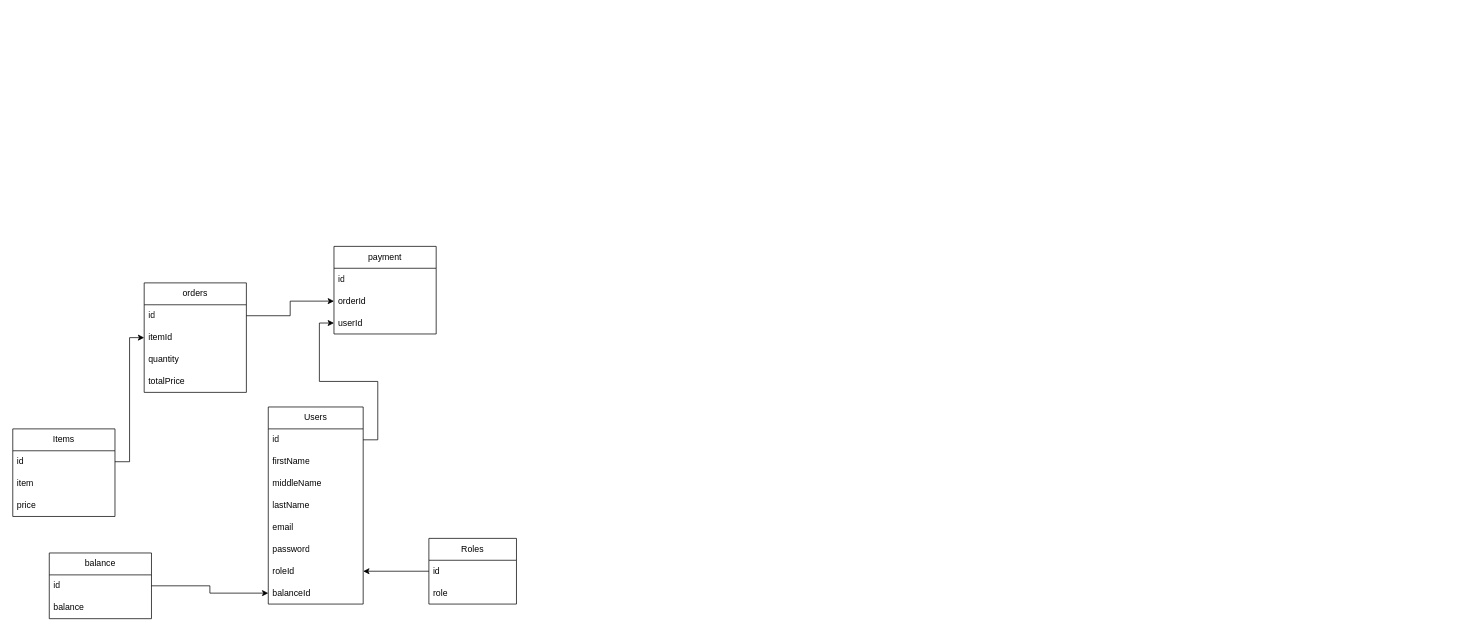
Earlier version of the draw.io diagram Untitled Diagram.drawio (rvldodo/stripe-api). Source tidied: cells renumbered, new cells numbered last; positions are measured from the earlier drawing's top-left corner, leaving out a move shared by most shapes. Both pictures are drawn from the tidied source at 73%, with x=0, y=0 at pixel (12, 246).
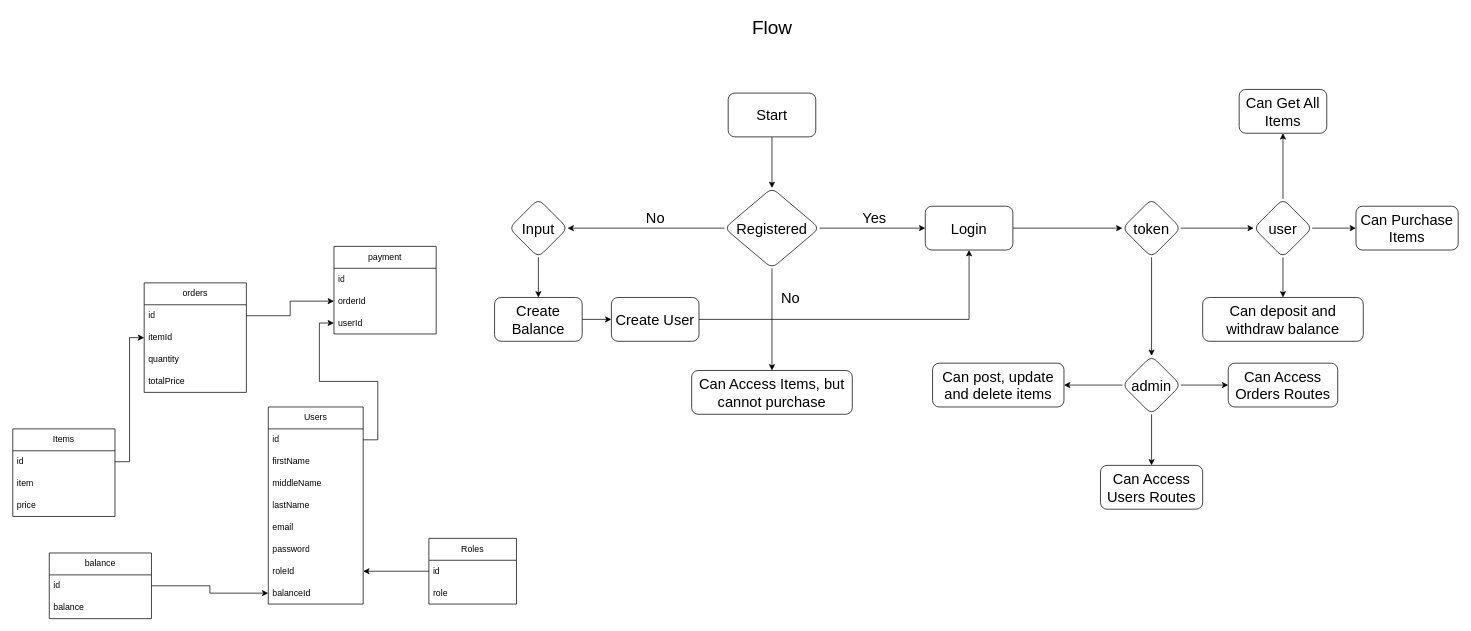
After the change.

Unchanged cells that the change refers to:
```xml
<mxCell id="12" value="Roles" style="swimlane;fontStyle=0;horizontal=1;startSize=30;whiteSpace=wrap;html=1;" parent="1" vertex="1">
  <mxGeometry x="570" y="400" width="120" height="90" as="geometry" />
</mxCell>
<mxCell id="13" value="id" style="text;strokeColor=none;fillColor=none;align=left;verticalAlign=middle;spacingLeft=4;spacingRight=4;overflow=hidden;points=[[0,0.5],[1,0.5]];portConstraint=eastwest;whiteSpace=wrap;html=1;" parent="12" vertex="1">
  <mxGeometry y="30" width="120" height="30" as="geometry" />
</mxCell>
```

What changed in the source:
```diff
@@
-    <mxCell id="15" style="edgeStyle=orthogonalEdgeStyle;rounded=0;orthogonalLoop=1;jettySize=auto;html=1;exitX=1;exitY=0.5;exitDx=0;exitDy=0;" parent="12" edge="1" source="13" target="13">
-      <mxGeometry relative="1" as="geometry" />
+    <mxCell id="15" style="edgeStyle=orthogonalEdgeStyle;rounded=0;orthogonalLoop=1;jettySize=auto;html=1;exitX=1;exitY=0.5;exitDx=0;exitDy=0;" parent="12" edge="1">
+      <mxGeometry relative="1" as="geometry">
+        <mxPoint x="130" y="-315" as="sourcePoint" />
+        <mxPoint x="130" y="-315" as="targetPoint" />
+      </mxGeometry>
     </mxCell>
@@
+    <mxCell id="36" value="&lt;font style=&quot;font-size: 26px;&quot;&gt;Flow&lt;/font&gt;" style="text;html=1;align=center;verticalAlign=middle;strokeColor=none;fillColor=none;strokeWidth=1;" parent="1" vertex="1">
+      <mxGeometry x="1000" y="-320" width="80" height="40" as="geometry" />
+    </mxCell>
+    <mxCell id="37" style="edgeStyle=orthogonalEdgeStyle;rounded=0;jettySize=auto;html=1;" parent="1" edge="1" source="38" target="42">
+      <mxGeometry relative="1" as="geometry" />
+    </mxCell>
+    <mxCell id="38" value="&lt;font style=&quot;font-size: 20px;&quot;&gt;Start&lt;/font&gt;" style="rounded=1;whiteSpace=wrap;html=1;" parent="1" vertex="1">
+      <mxGeometry x="980" y="-210" width="120" height="60" as="geometry" />
+    </mxCell>
+    <mxCell id="39" style="edgeStyle=orthogonalEdgeStyle;rounded=0;jettySize=auto;html=1;" parent="1" edge="1" source="42" target="44">
+      <mxGeometry relative="1" as="geometry" />
+    </mxCell>
+    <mxCell id="40" style="edgeStyle=orthogonalEdgeStyle;rounded=0;jettySize=auto;html=1;" parent="1" edge="1" source="42" target="46">
+      <mxGeometry relative="1" as="geometry" />
+    </mxCell>
+    <mxCell id="41" style="edgeStyle=orthogonalEdgeStyle;rounded=0;jettySize=auto;html=1;" parent="1" edge="1" source="42" target="53">
+      <mxGeometry relative="1" as="geometry" />
+    </mxCell>
+    <mxCell id="42" value="&lt;font style=&quot;font-size: 20px;&quot;&gt;Registered&lt;/font&gt;" style="rhombus;whiteSpace=wrap;html=1;rounded=1;" parent="1" vertex="1">
+      <mxGeometry x="975" y="-80" width="130" height="110" as="geometry" />
+    </mxCell>
+    <mxCell id="43" style="edgeStyle=orthogonalEdgeStyle;rounded=0;jettySize=auto;html=1;exitX=0.5;exitY=1;exitDx=0;exitDy=0;entryX=0.5;entryY=0;entryDx=0;entryDy=0;" parent="1" edge="1" source="44" target="50">
+      <mxGeometry relative="1" as="geometry" />
+    </mxCell>
+    <mxCell id="44" value="&lt;font style=&quot;font-size: 20px;&quot;&gt;Input&lt;/font&gt;" style="rhombus;whiteSpace=wrap;html=1;rounded=1;" parent="1" vertex="1">
+      <mxGeometry x="680" y="-65" width="80" height="80" as="geometry" />
+    </mxCell>
+    <mxCell id="45" style="edgeStyle=orthogonalEdgeStyle;rounded=0;jettySize=auto;html=1;" parent="1" edge="1" source="46" target="56">
+      <mxGeometry relative="1" as="geometry" />
+    </mxCell>
+    <mxCell id="46" value="&lt;font style=&quot;font-size: 20px;&quot;&gt;Login&lt;/font&gt;" style="whiteSpace=wrap;html=1;rounded=1;" parent="1" vertex="1">
+      <mxGeometry x="1250" y="-55" width="120" height="60" as="geometry" />
+    </mxCell>
+    <mxCell id="47" value="&lt;font style=&quot;font-size: 20px;&quot;&gt;Yes&lt;/font&gt;" style="text;html=1;align=center;verticalAlign=middle;strokeColor=none;fillColor=none;" parent="1" vertex="1">
+      <mxGeometry x="1150" y="-60" width="60" height="40" as="geometry" />
+    </mxCell>
+    <mxCell id="48" value="&lt;font style=&quot;font-size: 20px;&quot;&gt;No&lt;/font&gt;" style="text;html=1;align=center;verticalAlign=middle;strokeColor=none;fillColor=none;" parent="1" vertex="1">
+      <mxGeometry x="855" y="-60" width="50" height="40" as="geometry" />
+    </mxCell>
+    <mxCell id="49" style="edgeStyle=orthogonalEdgeStyle;rounded=0;jettySize=auto;html=1;" parent="1" edge="1" source="50" target="52">
+      <mxGeometry relative="1" as="geometry" />
+    </mxCell>
+    <mxCell id="50" value="&lt;font style=&quot;font-size: 20px;&quot;&gt;Create Balance&lt;/font&gt;" style="whiteSpace=wrap;html=1;rounded=1;" parent="1" vertex="1">
+      <mxGeometry x="660" y="70" width="120" height="60" as="geometry" />
+    </mxCell>
+    <mxCell id="51" style="edgeStyle=orthogonalEdgeStyle;rounded=0;jettySize=auto;html=1;exitX=1;exitY=0.5;exitDx=0;exitDy=0;entryX=0.5;entryY=1;entryDx=0;entryDy=0;" parent="1" edge="1" source="52" target="46">
+      <mxGeometry relative="1" as="geometry" />
+    </mxCell>
+    <mxCell id="52" value="&lt;font style=&quot;font-size: 20px;&quot;&gt;Create User&lt;/font&gt;" style="whiteSpace=wrap;html=1;rounded=1;" parent="1" vertex="1">
+      <mxGeometry x="820" y="70" width="120" height="60" as="geometry" />
+    </mxCell>
+    <mxCell id="53" value="&lt;font style=&quot;font-size: 20px;&quot;&gt;Can Access Items, but cannot purchase&lt;br&gt;&lt;/font&gt;" style="whiteSpace=wrap;html=1;rounded=1;" parent="1" vertex="1">
+      <mxGeometry x="930" y="170" width="220" height="60" as="geometry" />
+    </mxCell>
+    <mxCell id="54" style="edgeStyle=orthogonalEdgeStyle;rounded=0;jettySize=auto;html=1;" parent="1" edge="1" source="56" target="60">
+      <mxGeometry relative="1" as="geometry" />
+    </mxCell>
+    <mxCell id="55" style="edgeStyle=orthogonalEdgeStyle;rounded=0;jettySize=auto;html=1;" parent="1" edge="1" source="56" target="64">
+      <mxGeometry relative="1" as="geometry" />
+    </mxCell>
+    <mxCell id="56" value="&lt;font style=&quot;font-size: 20px;&quot;&gt;token&lt;/font&gt;" style="rhombus;whiteSpace=wrap;html=1;rounded=1;" parent="1" vertex="1">
+      <mxGeometry x="1520" y="-65" width="80" height="80" as="geometry" />
+    </mxCell>
+    <mxCell id="57" style="edgeStyle=orthogonalEdgeStyle;rounded=0;jettySize=auto;html=1;" parent="1" edge="1" source="60" target="66">
+      <mxGeometry relative="1" as="geometry" />
+    </mxCell>
+    <mxCell id="58" style="edgeStyle=orthogonalEdgeStyle;rounded=0;jettySize=auto;html=1;" parent="1" edge="1" source="60" target="67">
+      <mxGeometry relative="1" as="geometry" />
+    </mxCell>
+    <mxCell id="59" style="edgeStyle=orthogonalEdgeStyle;rounded=0;jettySize=auto;html=1;" parent="1" edge="1" source="60" target="68">
+      <mxGeometry relative="1" as="geometry" />
+    </mxCell>
+    <mxCell id="60" value="&lt;font style=&quot;font-size: 20px;&quot;&gt;admin&lt;/font&gt;" style="rhombus;whiteSpace=wrap;html=1;rounded=1;" parent="1" vertex="1">
+      <mxGeometry x="1520" y="150" width="80" height="80" as="geometry" />
+    </mxCell>
+    <mxCell id="61" style="edgeStyle=orthogonalEdgeStyle;rounded=0;jettySize=auto;html=1;" parent="1" edge="1" source="64" target="69">
+      <mxGeometry relative="1" as="geometry" />
+    </mxCell>
+    <mxCell id="62" style="edgeStyle=orthogonalEdgeStyle;rounded=0;jettySize=auto;html=1;" parent="1" edge="1" source="64" target="70">
+      <mxGeometry relative="1" as="geometry" />
+    </mxCell>
+    <mxCell id="63" style="edgeStyle=orthogonalEdgeStyle;rounded=0;jettySize=auto;html=1;" parent="1" edge="1" source="64" target="71">
+      <mxGeometry relative="1" as="geometry" />
+    </mxCell>
+    <mxCell id="64" value="&lt;font style=&quot;font-size: 20px;&quot;&gt;user&lt;/font&gt;" style="rhombus;whiteSpace=wrap;html=1;rounded=1;" parent="1" vertex="1">
+      <mxGeometry x="1700" y="-65" width="80" height="80" as="geometry" />
+    </mxCell>
+    <mxCell id="65" value="&lt;font style=&quot;font-size: 20px;&quot;&gt;No&lt;/font&gt;" style="text;html=1;align=center;verticalAlign=middle;strokeColor=none;fillColor=none;" parent="1" vertex="1">
+      <mxGeometry x="1040" y="50" width="50" height="40" as="geometry" />
+    </mxCell>
+    <mxCell id="66" value="&lt;font style=&quot;font-size: 20px;&quot;&gt;Can Access Users Routes&lt;/font&gt;" style="whiteSpace=wrap;html=1;rounded=1;" parent="1" vertex="1">
+      <mxGeometry x="1490" y="300" width="140" height="60" as="geometry" />
+    </mxCell>
+    <mxCell id="67" value="&lt;font style=&quot;font-size: 20px;&quot;&gt;Can post, update and delete items&lt;/font&gt;" style="whiteSpace=wrap;html=1;rounded=1;" parent="1" vertex="1">
+      <mxGeometry x="1260" y="160" width="180" height="60" as="geometry" />
+    </mxCell>
+    <mxCell id="68" value="&lt;font style=&quot;font-size: 20px;&quot;&gt;Can Access Orders Routes&lt;/font&gt;" style="whiteSpace=wrap;html=1;rounded=1;" parent="1" vertex="1">
+      <mxGeometry x="1665" y="160" width="150" height="60" as="geometry" />
+    </mxCell>
+    <mxCell id="69" value="&lt;font style=&quot;font-size: 20px;&quot;&gt;Can Get All Items&lt;/font&gt;" style="whiteSpace=wrap;html=1;rounded=1;" parent="1" vertex="1">
+      <mxGeometry x="1680" y="-215" width="120" height="60" as="geometry" />
+    </mxCell>
+    <mxCell id="70" value="&lt;font style=&quot;font-size: 20px;&quot;&gt;Can Purchase Items&lt;/font&gt;" style="whiteSpace=wrap;html=1;rounded=1;" parent="1" vertex="1">
+      <mxGeometry x="1840" y="-55" width="140" height="60" as="geometry" />
+    </mxCell>
+    <mxCell id="71" value="&lt;font style=&quot;font-size: 20px;&quot;&gt;Can deposit and withdraw balance&lt;/font&gt;" style="whiteSpace=wrap;html=1;rounded=1;" parent="1" vertex="1">
+      <mxGeometry x="1630" y="70" width="220" height="60" as="geometry" />
+    </mxCell>
```
